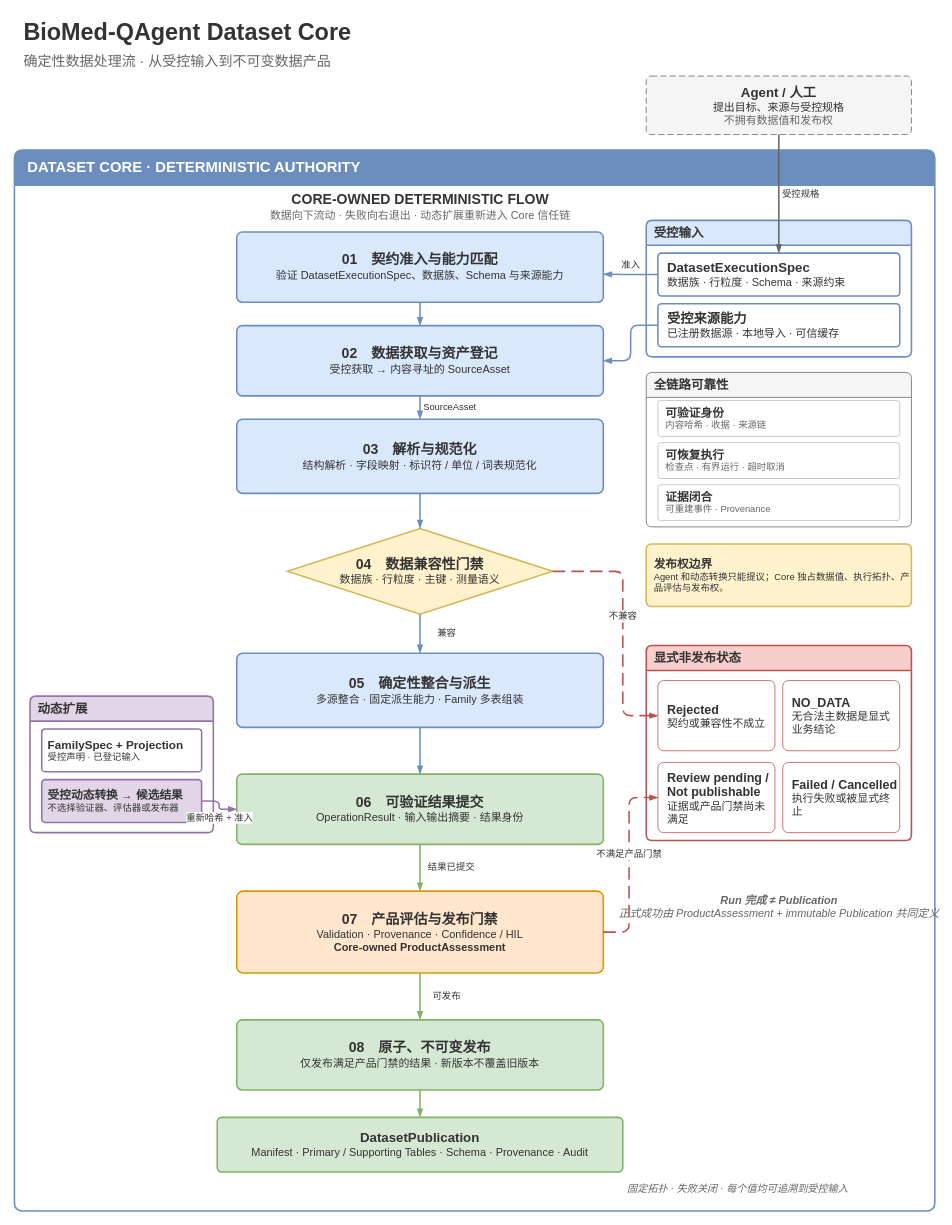
The draw.io diagram docs/architecture/biomed-qagent-core-deterministic-flow.drawio in Lidozs55/BioMed-QAgent, before the edit. Source tidied: cells renumbered, new cells numbered last; positions are measured from the earlier drawing's top-left corner, leaving out a move shared by most shapes. Both pictures are drawn from the tidied source at 78%, with x=0, y=0 at pixel (14, 13).
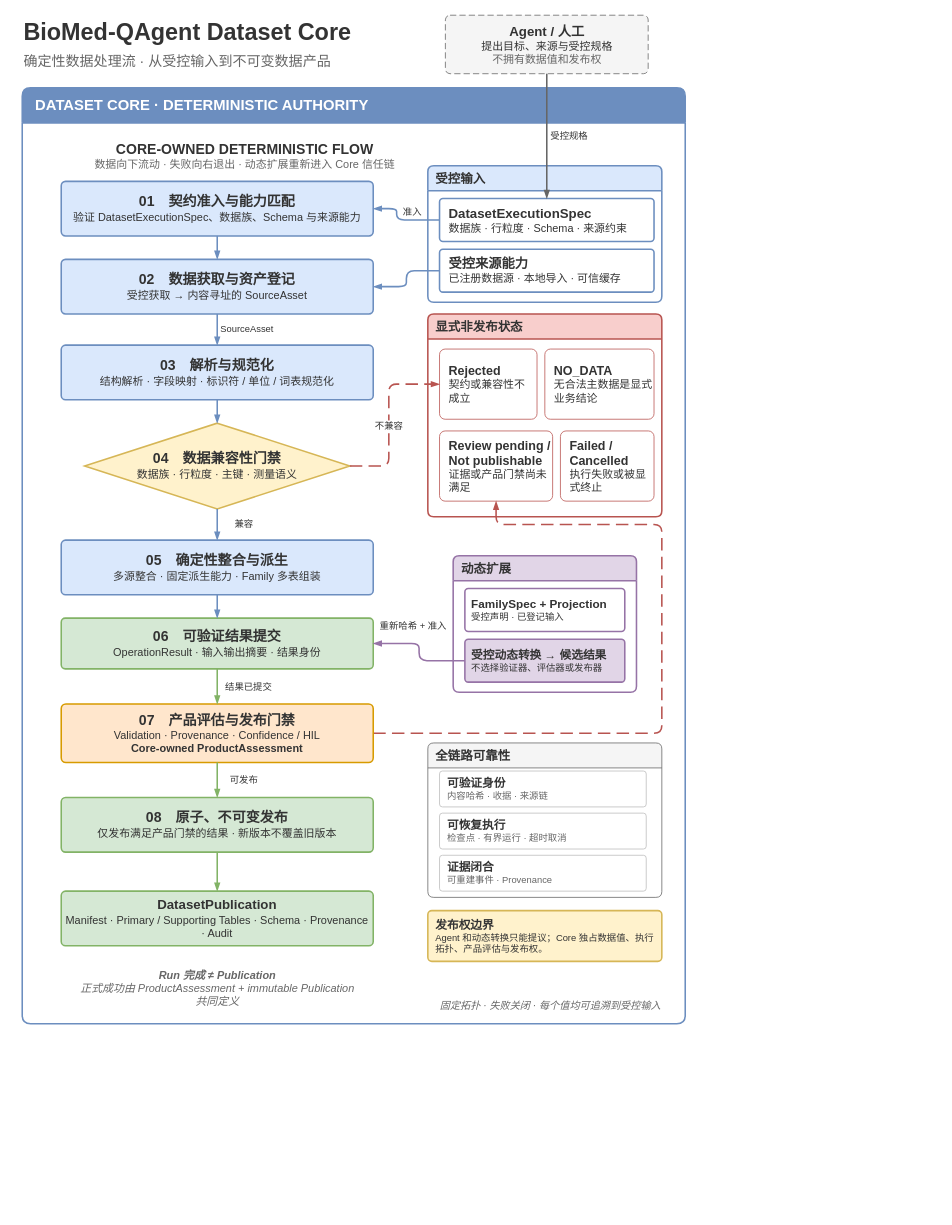
The same diagram, later.

Commit message (it also covers changes not shown here):
docs(core): compact deterministic flow to mirrored-timeline band layout

Unchanged cells that the change refers to:
```xml
<mxCell id="9" value="&lt;font style=&quot;font-size:15px;&quot;&gt;&lt;b&gt;受控动态转换 → 候选结果&lt;/b&gt;&lt;/font&gt;&#10;不选择验证器、评估器或发布器" style="rounded=1;arcSize=8;whiteSpace=wrap;html=1;align=left;verticalAlign=middle;fontSize=12;fontColor=#333333;fillColor=#E1D5E7;strokeColor=#9673A6;strokeWidth=2;spacing=2;spacingLeft=6;" parent="7" vertex="1">
  <mxGeometry x="15" y="107" width="205" height="55" as="geometry" />
</mxCell>
```

Change to the diagram source:
```diff
@@
-    <mxCell id="4" value="&lt;font style=&quot;font-size:17px;&quot;&gt;&lt;b&gt;Agent / 人工&lt;/b&gt;&lt;/font&gt;&#10;提出目标、来源与受控规格&#10;&lt;font color=&quot;#666666&quot;&gt;不拥有数据值和发布权&lt;/font&gt;" style="rounded=1;arcSize=8;whiteSpace=wrap;html=1;align=center;verticalAlign=middle;fontSize=14;fontColor=#333333;fillColor=#F5F5F5;strokeColor=#666666;strokeWidth=1;dashed=1;dashPattern=8 4;spacing=4;" parent="1" vertex="1">
-      <mxGeometry x="810" y="80" width="340" height="75" as="geometry" />
-    </mxCell>
     <mxCell id="5" value="DATASET CORE · DETERMINISTIC AUTHORITY" style="swimlane;startSize=45;horizontal=1;rounded=1;arcSize=8;whiteSpace=wrap;html=1;fontSize=19;fontStyle=1;fontColor=#FFFFFF;fillColor=#6C8EBF;swimlaneFillColor=#FFFFFF;strokeColor=#6C8EBF;strokeWidth=2;spacingLeft=15;align=left;" parent="1" vertex="1">
-      <mxGeometry y="175" width="1180" height="1360" as="geometry" />
+      <mxGeometry x="10" y="95" width="850" height="1200" as="geometry" />
     </mxCell>
     <mxCell id="6" value="&lt;font style=&quot;font-size:18px;&quot;&gt;&lt;b&gt;CORE-OWNED DETERMINISTIC FLOW&lt;/b&gt;&lt;/font&gt;&#10;&lt;font color=&quot;#666666&quot;&gt;数据向下流动 · 失败向右退出 · 动态扩展重新进入 Core 信任链&lt;/font&gt;" style="text;html=1;align=center;verticalAlign=middle;fontSize=14;fontColor=#333333;" parent="5" vertex="1">
-      <mxGeometry x="235" y="52" width="570" height="42" as="geometry" />
+      <mxGeometry y="67" width="570" height="42" as="geometry" />
     </mxCell>
     <mxCell id="7" value="动态扩展" style="swimlane;startSize=32;horizontal=1;rounded=1;arcSize=8;whiteSpace=wrap;html=1;fontSize=16;fontStyle=1;fontColor=#333333;fillColor=#E1D5E7;swimlaneFillColor=#FFFFFF;strokeColor=#9673A6;strokeWidth=2;spacingLeft=8;align=left;" parent="5" vertex="1">
-      <mxGeometry x="20" y="700" width="235" height="175" as="geometry" />
+      <mxGeometry x="552.5" y="600" width="235" height="175" as="geometry" />
     </mxCell>
@@
     <mxCell id="10" value="受控输入" style="swimlane;startSize=32;horizontal=1;rounded=1;arcSize=8;whiteSpace=wrap;html=1;fontSize=16;fontStyle=1;fontColor=#333333;fillColor=#DAE8FC;swimlaneFillColor=#FFFFFF;strokeColor=#6C8EBF;strokeWidth=2;spacingLeft=8;align=left;" parent="5" vertex="1">
-      <mxGeometry x="810" y="90" width="340" height="175" as="geometry" />
+      <mxGeometry x="520" y="100" width="300" height="175" as="geometry" />
     </mxCell>
     <mxCell id="11" value="&lt;font style=&quot;font-size:17px;&quot;&gt;&lt;b&gt;DatasetExecutionSpec&lt;/b&gt;&lt;/font&gt;&#10;数据族 · 行粒度 · Schema · 来源约束" style="rounded=1;arcSize=8;whiteSpace=wrap;html=1;align=left;verticalAlign=middle;fontSize=14;fontColor=#333333;fillColor=#FFFFFF;strokeColor=#6C8EBF;strokeWidth=2;spacing=4;spacingLeft=8;" parent="10" vertex="1">
-      <mxGeometry x="15" y="42" width="310" height="55" as="geometry" />
+      <mxGeometry x="15" y="42" width="275" height="55" as="geometry" />
     </mxCell>
     <mxCell id="12" value="&lt;font style=&quot;font-size:17px;&quot;&gt;&lt;b&gt;受控来源能力&lt;/b&gt;&lt;/font&gt;&#10;已注册数据源 · 本地导入 · 可信缓存" style="rounded=1;arcSize=8;whiteSpace=wrap;html=1;align=left;verticalAlign=middle;fontSize=14;fontColor=#333333;fillColor=#FFFFFF;strokeColor=#6C8EBF;strokeWidth=2;spacing=4;spacingLeft=8;" parent="10" vertex="1">
-      <mxGeometry x="15" y="107" width="310" height="55" as="geometry" />
+      <mxGeometry x="15" y="107" width="275" height="55" as="geometry" />
     </mxCell>
-    <mxCell id="13" value="全链路可靠性" style="swimlane;startSize=32;horizontal=1;rounded=1;arcSize=8;whiteSpace=wrap;html=1;fontSize=16;fontStyle=1;fontColor=#333333;fillColor=#F5F5F5;swimlaneFillColor=#FFFFFF;strokeColor=#666666;strokeWidth=1;spacingLeft=8;align=left;" parent="5" vertex="1">
-      <mxGeometry x="810" y="285" width="340" height="198" as="geometry" />
-    </mxCell>
-    <mxCell id="14" value="&lt;font style=&quot;font-size:15px;&quot;&gt;&lt;b&gt;可验证身份&lt;/b&gt;&lt;/font&gt;&#10;&lt;font color=&quot;#666666&quot;&gt;内容哈希 · 收据 · 来源链&lt;/font&gt;" style="rounded=1;arcSize=8;whiteSpace=wrap;html=1;align=left;verticalAlign=middle;fontSize=12;fontColor=#333333;fillColor=#FFFFFF;strokeColor=#BDBDBD;spacing=2;spacingLeft=8;" parent="13" vertex="1">
-      <mxGeometry x="15" y="36" width="310" height="46" as="geometry" />
-    </mxCell>
-    <mxCell id="15" value="&lt;font style=&quot;font-size:15px;&quot;&gt;&lt;b&gt;可恢复执行&lt;/b&gt;&lt;/font&gt;&#10;&lt;font color=&quot;#666666&quot;&gt;检查点 · 有界运行 · 超时取消&lt;/font&gt;" style="rounded=1;arcSize=8;whiteSpace=wrap;html=1;align=left;verticalAlign=middle;fontSize=12;fontColor=#333333;fillColor=#FFFFFF;strokeColor=#BDBDBD;spacing=2;spacingLeft=8;" parent="13" vertex="1">
-      <mxGeometry x="15" y="90" width="310" height="46" as="geometry" />
-    </mxCell>
-    <mxCell id="16" value="&lt;font style=&quot;font-size:15px;&quot;&gt;&lt;b&gt;证据闭合&lt;/b&gt;&lt;/font&gt;&#10;&lt;font color=&quot;#666666&quot;&gt;可重建事件 · Provenance&lt;/font&gt;" style="rounded=1;arcSize=8;whiteSpace=wrap;html=1;align=left;verticalAlign=middle;fontSize=12;fontColor=#333333;fillColor=#FFFFFF;strokeColor=#BDBDBD;spacing=2;spacingLeft=8;" parent="13" vertex="1">
-      <mxGeometry x="15" y="144" width="310" height="46" as="geometry" />
-    </mxCell>
     <mxCell id="17" value="&lt;font style=&quot;font-size:15px;&quot;&gt;&lt;b&gt;发布权边界&lt;/b&gt;&lt;/font&gt;&#10;Agent 和动态转换只能提议；Core 独占数据值、执行拓扑、产品评估与发布权。" style="rounded=1;arcSize=8;whiteSpace=wrap;html=1;align=left;verticalAlign=middle;fontSize=12;fontColor=#333333;fillColor=#FFF2CC;strokeColor=#D6B656;strokeWidth=2;spacing=2;spacingLeft=8;" parent="5" vertex="1">
-      <mxGeometry x="810" y="505" width="340" height="80" as="geometry" />
+      <mxGeometry x="520" y="1055" width="300" height="65" as="geometry" />
     </mxCell>
     <mxCell id="18" value="显式非发布状态" style="swimlane;startSize=32;horizontal=1;rounded=1;arcSize=8;whiteSpace=wrap;html=1;fontSize=16;fontStyle=1;fontColor=#333333;fillColor=#F8CECC;swimlaneFillColor=#FFFFFF;strokeColor=#B85450;strokeWidth=2;spacingLeft=8;align=left;" parent="5" vertex="1">
-      <mxGeometry x="810" y="635" width="340" height="250" as="geometry" />
+      <mxGeometry x="520" y="290" width="300" height="260" as="geometry" />
     </mxCell>
     <mxCell id="19" value="&lt;font style=&quot;font-size:16px;&quot;&gt;&lt;b&gt;Rejected&lt;/b&gt;&lt;/font&gt;&#10;契约或兼容性不成立" style="rounded=1;arcSize=8;whiteSpace=wrap;html=1;align=left;verticalAlign=middle;fontSize=14;fontColor=#333333;fillColor=#FFFFFF;strokeColor=#B85450;spacing=4;spacingLeft=8;" parent="18" vertex="1">
-      <mxGeometry x="15" y="45" width="150" height="90" as="geometry" />
+      <mxGeometry x="15" y="45" width="125" height="90" as="geometry" />
     </mxCell>
     <mxCell id="20" value="&lt;font style=&quot;font-size:16px&quot;&gt;&lt;b&gt;NO_DATA&lt;/b&gt;&lt;/font&gt;&#10;无合法主数据是显式业务结论" style="rounded=1;arcSize=8;whiteSpace=wrap;html=1;align=left;verticalAlign=middle;fontSize=14;fontColor=#333333;fillColor=#FFFFFF;strokeColor=#B85450;spacing=4;spacingLeft=8;" parent="18" vertex="1">
-      <mxGeometry x="175" y="45" width="150" height="90" as="geometry" />
+      <mxGeometry x="150" y="45" width="140" height="90" as="geometry" />
     </mxCell>
     <mxCell id="21" value="&lt;font style=&quot;font-size:16px;&quot;&gt;&lt;b&gt;Review pending / Not publishable&lt;/b&gt;&lt;/font&gt;&#10;证据或产品门禁尚未满足" style="rounded=1;arcSize=8;whiteSpace=wrap;html=1;align=left;verticalAlign=middle;fontSize=14;fontColor=#333333;fillColor=#FFFFFF;strokeColor=#B85450;spacing=4;spacingLeft=8;" parent="18" vertex="1">
-      <mxGeometry x="15" y="150" width="150" height="90" as="geometry" />
+      <mxGeometry x="15" y="150" width="145" height="90" as="geometry" />
     </mxCell>
     <mxCell id="22" value="&lt;font style=&quot;font-size:16px;&quot;&gt;&lt;b&gt;Failed / Cancelled&lt;/b&gt;&lt;/font&gt;&#10;执行失败或被显式终止" style="rounded=1;arcSize=8;whiteSpace=wrap;html=1;align=left;verticalAlign=middle;fontSize=14;fontColor=#333333;fillColor=#FFFFFF;strokeColor=#B85450;spacing=4;spacingLeft=8;" parent="18" vertex="1">
-      <mxGeometry x="175" y="150" width="150" height="90" as="geometry" />
+      <mxGeometry x="170" y="150" width="120" height="90" as="geometry" />
     </mxCell>
-    <mxCell id="23" value="&lt;b&gt;Run 完成 ≠ Publication&lt;/b&gt;&#10;正式成功由 ProductAssessment + immutable Publication 共同定义" style="text;html=1;align=center;verticalAlign=middle;fontSize=14;fontColor=#666666;fontStyle=2;" parent="5" vertex="1">
-      <mxGeometry x="810" y="935" width="340" height="70" as="geometry" />
+    <mxCell id="23" value="&lt;b&gt;Run 完成 ≠ Publication&lt;/b&gt;&lt;br&gt;正式成功由 ProductAssessment + immutable Publication&lt;div&gt;共同定义&lt;/div&gt;" style="text;html=1;align=center;verticalAlign=middle;fontSize=14;fontColor=#666666;fontStyle=2;" parent="5" vertex="1">
+      <mxGeometry x="32.5" y="1120" width="435" height="70" as="geometry" />
     </mxCell>
     <mxCell id="24" value="&lt;font style=&quot;font-size:18px;&quot;&gt;&lt;b&gt;01　契约准入与能力匹配&lt;/b&gt;&lt;/font&gt;&#10;验证 DatasetExecutionSpec、数据族、Schema 与来源能力" style="rounded=1;arcSize=8;whiteSpace=wrap;html=1;align=center;verticalAlign=middle;fontSize=14;fontColor=#333333;fillColor=#DAE8FC;strokeColor=#6C8EBF;strokeWidth=2;spacing=4;" parent="5" vertex="1">
-      <mxGeometry x="285" y="105" width="470" height="90" as="geometry" />
+      <mxGeometry x="50" y="120" width="400" height="70" as="geometry" />
     </mxCell>
     <mxCell id="25" value="&lt;font style=&quot;font-size:18px;&quot;&gt;&lt;b&gt;02　数据获取与资产登记&lt;/b&gt;&lt;/font&gt;&#10;受控获取 → 内容寻址的 SourceAsset" style="rounded=1;arcSize=8;whiteSpace=wrap;html=1;align=center;verticalAlign=middle;fontSize=14;fontColor=#333333;fillColor=#DAE8FC;strokeColor=#6C8EBF;strokeWidth=2;spacing=4;" parent="5" vertex="1">
-      <mxGeometry x="285" y="225" width="470" height="90" as="geometry" />
+      <mxGeometry x="50" y="220" width="400" height="70" as="geometry" />
     </mxCell>
     <mxCell id="26" value="&lt;font style=&quot;font-size:18px;&quot;&gt;&lt;b&gt;03　解析与规范化&lt;/b&gt;&lt;/font&gt;&#10;结构解析 · 字段映射 · 标识符 / 单位 / 词表规范化" style="rounded=1;arcSize=8;whiteSpace=wrap;html=1;align=center;verticalAlign=middle;fontSize=14;fontColor=#333333;fillColor=#DAE8FC;strokeColor=#6C8EBF;strokeWidth=2;spacing=4;" parent="5" vertex="1">
-      <mxGeometry x="285" y="345" width="470" height="95" as="geometry" />
+      <mxGeometry x="50" y="330" width="400" height="70" as="geometry" />
     </mxCell>
     <mxCell id="27" value="&lt;font style=&quot;font-size:18px;&quot;&gt;&lt;b&gt;04　数据兼容性门禁&lt;/b&gt;&lt;/font&gt;&#10;数据族 · 行粒度 · 主键 · 测量语义" style="rhombus;whiteSpace=wrap;html=1;align=center;verticalAlign=middle;fontSize=14;fontColor=#333333;fillColor=#FFF2CC;strokeColor=#D6B656;strokeWidth=2;spacing=3;" parent="5" vertex="1">
-      <mxGeometry x="350" y="485" width="340" height="110" as="geometry" />
+      <mxGeometry x="80" y="430" width="340" height="110" as="geometry" />
     </mxCell>
     <mxCell id="28" value="&lt;font style=&quot;font-size:18px;&quot;&gt;&lt;b&gt;05　确定性整合与派生&lt;/b&gt;&lt;/font&gt;&#10;多源整合 · 固定派生能力 · Family 多表组装" style="rounded=1;arcSize=8;whiteSpace=wrap;html=1;align=center;verticalAlign=middle;fontSize=14;fontColor=#333333;fillColor=#DAE8FC;strokeColor=#6C8EBF;strokeWidth=2;spacing=4;" parent="5" vertex="1">
-      <mxGeometry x="285" y="645" width="470" height="95" as="geometry" />
+      <mxGeometry x="50" y="580" width="400" height="70" as="geometry" />
     </mxCell>
     <mxCell id="29" value="&lt;font style=&quot;font-size:18px;&quot;&gt;&lt;b&gt;06　可验证结果提交&lt;/b&gt;&lt;/font&gt;&#10;OperationResult · 输入输出摘要 · 结果身份" style="rounded=1;arcSize=8;whiteSpace=wrap;html=1;align=center;verticalAlign=middle;fontSize=14;fontColor=#333333;fillColor=#D5E8D4;strokeColor=#82B366;strokeWidth=2;spacing=4;" parent="5" vertex="1">
-      <mxGeometry x="285" y="800" width="470" height="90" as="geometry" />
+      <mxGeometry x="50" y="680" width="400" height="65" as="geometry" />
     </mxCell>
+    <mxCell id="47" style="edgeStyle=orthogonalEdgeStyle;html=1;entryX=0.5;entryY=1;entryDx=0;entryDy=0;rounded=1;dashed=1;dashPattern=8 4;strokeColor=#B85450;strokeWidth=2;align=center;verticalAlign=middle;fontFamily=Helvetica;fontSize=12;fontColor=#333333;labelBackgroundColor=#FFFFFF;endArrow=blockThin;endFill=1;" parent="5" edge="1" source="30" target="21">
+      <mxGeometry relative="1" as="geometry">
+        <Array as="points">
+          <mxPoint x="820" y="828" />
+          <mxPoint x="820" y="560" />
+          <mxPoint x="608" y="560" />
+        </Array>
+      </mxGeometry>
+    </mxCell>
     <mxCell id="30" value="&lt;font style=&quot;font-size:18px;&quot;&gt;&lt;b&gt;07　产品评估与发布门禁&lt;/b&gt;&lt;/font&gt;&#10;Validation · Provenance · Confidence / HIL&#10;&lt;b&gt;Core-owned ProductAssessment&lt;/b&gt;" style="rounded=1;arcSize=8;whiteSpace=wrap;html=1;align=center;verticalAlign=middle;fontSize=14;fontColor=#333333;fillColor=#FFE6CC;strokeColor=#D79B00;strokeWidth=2;spacing=4;" parent="5" vertex="1">
-      <mxGeometry x="285" y="950" width="470" height="105" as="geometry" />
+      <mxGeometry x="50" y="790" width="400" height="75" as="geometry" />
     </mxCell>
     <mxCell id="31" value="&lt;font style=&quot;font-size:18px;&quot;&gt;&lt;b&gt;08　原子、不可变发布&lt;/b&gt;&lt;/font&gt;&#10;仅发布满足产品门禁的结果 · 新版本不覆盖旧版本" style="rounded=1;arcSize=8;whiteSpace=wrap;html=1;align=center;verticalAlign=middle;fontSize=14;fontColor=#333333;fillColor=#D5E8D4;strokeColor=#82B366;strokeWidth=2;spacing=4;" parent="5" vertex="1">
-      <mxGeometry x="285" y="1115" width="470" height="90" as="geometry" />
+      <mxGeometry x="50" y="910" width="400" height="70" as="geometry" />
     </mxCell>
     <mxCell id="32" value="&lt;font style=&quot;font-size:17px;&quot;&gt;&lt;b&gt;DatasetPublication&lt;/b&gt;&lt;/font&gt;&#10;Manifest · Primary / Supporting Tables · Schema · Provenance · Audit" style="rounded=1;arcSize=8;whiteSpace=wrap;html=1;align=center;verticalAlign=middle;fontSize=14;fontColor=#333333;fillColor=#D5E8D4;strokeColor=#82B366;strokeWidth=2;spacing=4;" parent="5" vertex="1">
-      <mxGeometry x="260" y="1240" width="520" height="70" as="geometry" />
+      <mxGeometry x="50" y="1030" width="400" height="70" as="geometry" />
     </mxCell>
-    <mxCell id="33" value="固定拓扑 · 失败关闭 · 每个值均可追溯到受控输入" style="text;html=1;align=right;verticalAlign=middle;fontSize=13;fontColor=#666666;fontStyle=2;" parent="1" vertex="1">
-      <mxGeometry x="290" y="1493" width="780" height="26" as="geometry" />
-    </mxCell>
-    <mxCell id="34" value="受控规格" style="edgeStyle=orthogonalEdgeStyle;rounded=1;jettySize=auto;html=1;endArrow=blockThin;endFill=1;strokeColor=#666666;strokeWidth=2;fontSize=12;fontColor=#333333;labelBackgroundColor=#FFFFFF;exitX=0.5;exitY=1;entryX=0.5;entryY=0;" parent="1" edge="1" source="4" target="11">
-      <mxGeometry relative="1" as="geometry">
-        <mxPoint x="28" as="offset" />
-      </mxGeometry>
-    </mxCell>
-    <mxCell id="35" value="准入" style="edgeStyle=orthogonalEdgeStyle;rounded=1;jettySize=auto;html=1;endArrow=blockThin;endFill=1;strokeColor=#6C8EBF;strokeWidth=2;fontSize=12;fontColor=#333333;labelBackgroundColor=#FFFFFF;exitX=0;exitY=0.5;entryX=1;entryY=0.6;" parent="5" edge="1" source="11" target="24">
-      <mxGeometry relative="1" as="geometry">
-        <mxPoint y="-12" as="offset" />
+    <mxCell id="35" value="准入" style="edgeStyle=orthogonalEdgeStyle;rounded=1;jettySize=auto;html=1;endArrow=blockThin;endFill=1;strokeColor=#6C8EBF;strokeWidth=2;fontSize=12;fontColor=#333333;labelBackgroundColor=#FFFFFF;exitX=0;exitY=0.5;entryX=1;entryY=0.5;entryDx=0;entryDy=0;" parent="5" edge="1" source="11" target="24">
+      <mxGeometry x="-0.3" y="-10" relative="1" as="geometry">
+        <Array as="points">
+          <mxPoint x="480" y="170" />
+          <mxPoint x="480" y="155" />
+        </Array>
       </mxGeometry>
     </mxCell>
@@
-    <mxCell id="42" value="重新哈希 + 准入" style="edgeStyle=orthogonalEdgeStyle;rounded=1;jettySize=auto;html=1;endArrow=blockThin;endFill=1;strokeColor=#9673A6;strokeWidth=2;fontSize=12;fontColor=#333333;labelBackgroundColor=#FFFFFF;exitX=1;exitY=0.5;entryX=0;entryY=0.5;" parent="5" edge="1" source="9" target="29">
-      <mxGeometry relative="1" as="geometry">
-        <mxPoint y="16" as="offset" />
-      </mxGeometry>
+    <mxCell id="42" value="重新哈希 + 准入" style="edgeStyle=orthogonalEdgeStyle;rounded=1;jettySize=auto;html=1;endArrow=blockThin;endFill=1;strokeColor=#9673A6;strokeWidth=2;fontSize=12;fontColor=#333333;labelBackgroundColor=#FFFFFF;exitX=0;exitY=0.5;entryX=1;entryY=0.5;exitDx=0;exitDy=0;entryDx=0;entryDy=0;" parent="5" edge="1" source="9" target="29">
+      <mxGeometry x="0.28" y="-22" relative="1" as="geometry" />
     </mxCell>
@@
+    <mxCell id="33" value="固定拓扑 · 失败关闭 · 每个值均可追溯到受控输入" style="text;html=1;align=right;verticalAlign=middle;fontSize=13;fontColor=#666666;fontStyle=2;" parent="5" vertex="1">
+      <mxGeometry x="40" y="1164" width="780" height="26" as="geometry" />
+    </mxCell>
-    <mxCell id="46" value="不兼容" style="edgeStyle=orthogonalEdgeStyle;rounded=1;jettySize=auto;html=1;endArrow=blockThin;endFill=1;dashed=1;dashPattern=8 4;strokeColor=#B85450;strokeWidth=2;fontSize=12;fontColor=#333333;labelBackgroundColor=#FFFFFF;exitX=1;exitY=0.5;entryX=0;entryY=0.5;" parent="1" edge="1" source="27" target="19">
-      <mxGeometry relative="1" as="geometry">
+    <mxCell id="46" value="不兼容" style="edgeStyle=orthogonalEdgeStyle;rounded=1;jettySize=auto;html=1;endArrow=blockThin;endFill=1;dashed=1;dashPattern=8 4;strokeColor=#B85450;strokeWidth=2;fontSize=12;fontColor=#333333;labelBackgroundColor=#FFFFFF;exitX=1;exitY=0.5;entryX=0;entryY=0.5;" parent="5" edge="1" source="27" target="19">
+      <mxGeometry x="-0.08" relative="1" as="geometry">
         <Array as="points">
-          <mxPoint x="780" y="715" />
-          <mxPoint x="780" y="900" />
+          <mxPoint x="470" y="485" />
+          <mxPoint x="470" y="380" />
         </Array>
-        <mxPoint y="-12" as="offset" />
       </mxGeometry>
     </mxCell>
-    <mxCell id="47" value="不满足产品门禁" style="edgeStyle=orthogonalEdgeStyle;rounded=1;jettySize=auto;html=1;endArrow=blockThin;endFill=1;dashed=1;dashPattern=8 4;strokeColor=#B85450;strokeWidth=2;fontSize=12;fontColor=#333333;labelBackgroundColor=#FFFFFF;exitX=1;exitY=0.5;entryX=0;entryY=0.5;" parent="1" edge="1" source="30" target="21">
-      <mxGeometry relative="1" as="geometry">
-        <Array as="points">
-          <mxPoint x="788" y="1177" />
-          <mxPoint x="788" y="1005" />
-        </Array>
-        <mxPoint y="-12" as="offset" />
-      </mxGeometry>
-    </mxCell>
+    <mxCell id="13" value="全链路可靠性" style="swimlane;startSize=32;horizontal=1;rounded=1;arcSize=8;whiteSpace=wrap;html=1;fontSize=16;fontStyle=1;fontColor=#333333;fillColor=#F5F5F5;swimlaneFillColor=#FFFFFF;strokeColor=#666666;strokeWidth=1;spacingLeft=8;align=left;" parent="5" vertex="1">
+      <mxGeometry x="520" y="840" width="300" height="198" as="geometry" />
+    </mxCell>
+    <mxCell id="14" value="&lt;font style=&quot;font-size:15px;&quot;&gt;&lt;b&gt;可验证身份&lt;/b&gt;&lt;/font&gt;&#10;&lt;font color=&quot;#666666&quot;&gt;内容哈希 · 收据 · 来源链&lt;/font&gt;" style="rounded=1;arcSize=8;whiteSpace=wrap;html=1;align=left;verticalAlign=middle;fontSize=12;fontColor=#333333;fillColor=#FFFFFF;strokeColor=#BDBDBD;spacing=2;spacingLeft=8;" parent="13" vertex="1">
+      <mxGeometry x="15" y="36" width="265" height="46" as="geometry" />
+    </mxCell>
+    <mxCell id="15" value="&lt;font style=&quot;font-size:15px;&quot;&gt;&lt;b&gt;可恢复执行&lt;/b&gt;&lt;/font&gt;&#10;&lt;font color=&quot;#666666&quot;&gt;检查点 · 有界运行 · 超时取消&lt;/font&gt;" style="rounded=1;arcSize=8;whiteSpace=wrap;html=1;align=left;verticalAlign=middle;fontSize=12;fontColor=#333333;fillColor=#FFFFFF;strokeColor=#BDBDBD;spacing=2;spacingLeft=8;" parent="13" vertex="1">
+      <mxGeometry x="15" y="90" width="265" height="46" as="geometry" />
+    </mxCell>
+    <mxCell id="16" value="&lt;font style=&quot;font-size:15px;&quot;&gt;&lt;b&gt;证据闭合&lt;/b&gt;&lt;/font&gt;&#10;&lt;font color=&quot;#666666&quot;&gt;可重建事件 · Provenance&lt;/font&gt;" style="rounded=1;arcSize=8;whiteSpace=wrap;html=1;align=left;verticalAlign=middle;fontSize=12;fontColor=#333333;fillColor=#FFFFFF;strokeColor=#BDBDBD;spacing=2;spacingLeft=8;" parent="13" vertex="1">
+      <mxGeometry x="15" y="144" width="265" height="46" as="geometry" />
+    </mxCell>
+    <mxCell id="4" value="&lt;font style=&quot;font-size:17px;&quot;&gt;&lt;b&gt;Agent / 人工&lt;/b&gt;&lt;/font&gt;&#10;提出目标、来源与受控规格&#10;&lt;font color=&quot;#666666&quot;&gt;不拥有数据值和发布权&lt;/font&gt;" style="rounded=1;arcSize=8;whiteSpace=wrap;html=1;align=center;verticalAlign=middle;fontSize=14;fontColor=#333333;fillColor=#F5F5F5;strokeColor=#666666;strokeWidth=1;dashed=1;dashPattern=8 4;spacing=4;" parent="1" vertex="1">
+      <mxGeometry x="552.5" y="2" width="260" height="75" as="geometry" />
+    </mxCell>
+    <mxCell id="34" value="受控规格" style="edgeStyle=orthogonalEdgeStyle;rounded=1;jettySize=auto;html=1;endArrow=blockThin;endFill=1;strokeColor=#666666;strokeWidth=2;fontSize=12;fontColor=#333333;labelBackgroundColor=#FFFFFF;exitX=0.5;exitY=1;entryX=0.5;entryY=0;" parent="1" edge="1" source="4" target="11">
+      <mxGeometry relative="1" as="geometry">
+        <mxPoint x="28" as="offset" />
+      </mxGeometry>
+    </mxCell>
```
